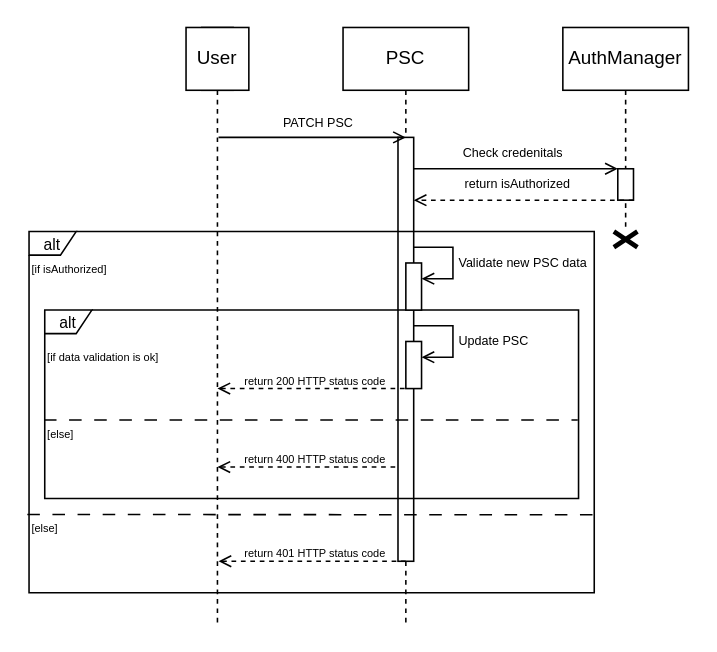
Above: sequence3.drawio in IsmailSalehCode/UML-course-work (draw.io), before the change. Source tidied: cells renumbered, new cells numbered last; positions are measured from the earlier drawing's top-left corner, leaving out a move shared by most shapes. Both pictures are drawn from the tidied source at 157%, with x=0, y=0 at pixel (27, 27).
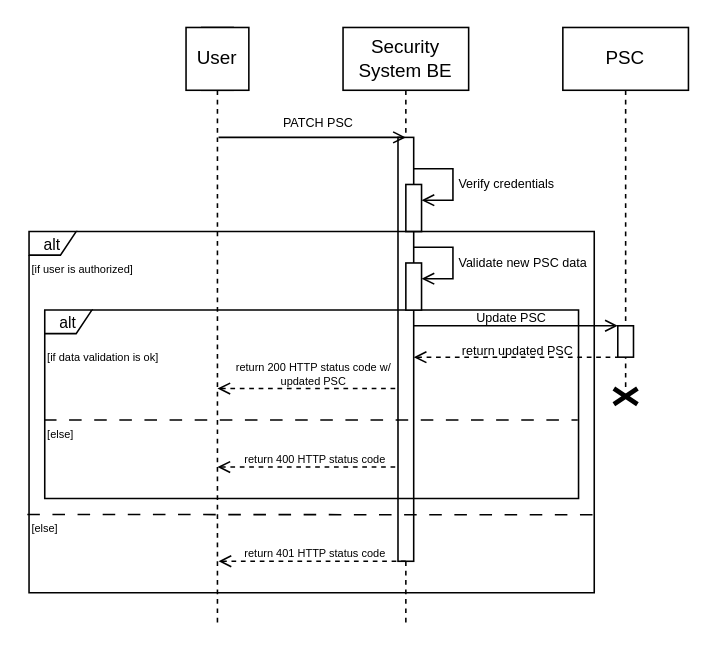
Above is the later version.

Unchanged cells that the change refers to:
```xml
<mxCell id="5" style="html=1;points=[[0,0,0,0,5],[0,1,0,0,-5],[1,0,0,0,5],[1,1,0,0,-5]];perimeter=orthogonalPerimeter;outlineConnect=0;targetShapes=umlLifeline;portConstraint=eastwest;newEdgeStyle={&quot;curved&quot;:0,&quot;rounded&quot;:0};fontSize=8;" parent="4" vertex="1">
  <mxGeometry x="35" y="70" width="10" height="270" as="geometry" />
</mxCell>
```

The edit, as a diff of the source:
```diff
@@
-    <mxCell id="4" value="PSC" style="shape=umlLifeline;perimeter=lifelinePerimeter;whiteSpace=wrap;html=1;newEdgeStyle={&quot;edgeStyle&quot;:&quot;elbowEdgeStyle&quot;,&quot;elbow&quot;:&quot;vertical&quot;,&quot;curved&quot;:0,&quot;rounded&quot;:0};" parent="1" vertex="1">
+    <mxCell id="4" value="Security System BE" style="shape=umlLifeline;perimeter=lifelinePerimeter;whiteSpace=wrap;html=1;newEdgeStyle={&quot;edgeStyle&quot;:&quot;elbowEdgeStyle&quot;,&quot;elbow&quot;:&quot;vertical&quot;,&quot;curved&quot;:0,&quot;rounded&quot;:0};" parent="1" vertex="1">
       <mxGeometry x="201" width="80" height="380" as="geometry" />
     </mxCell>
+    <mxCell id="28" value="Verify credentials" style="html=1;align=left;spacingLeft=2;endArrow=open;rounded=0;edgeStyle=orthogonalEdgeStyle;curved=0;rounded=0;fontSize=8;endFill=0;" parent="4" edge="1" source="5" target="27">
+      <mxGeometry x="0.08" relative="1" as="geometry">
+        <Array as="points">
+          <mxPoint x="70" y="90" />
+          <mxPoint x="70" y="110" />
+        </Array>
+      </mxGeometry>
+    </mxCell>
@@
+    <mxCell id="27" style="html=1;points=[[0,0,0,0,5],[0,1,0,0,-5],[1,0,0,0,5],[1,1,0,0,-5]];perimeter=orthogonalPerimeter;outlineConnect=0;targetShapes=umlLifeline;portConstraint=eastwest;newEdgeStyle={&quot;curved&quot;:0,&quot;rounded&quot;:0};fontSize=8;" parent="4" vertex="1">
+      <mxGeometry x="40" y="100" width="10" height="30" as="geometry" />
+    </mxCell>
@@
-    <mxCell id="11" value="&lt;font style=&quot;font-size: 7px;&quot;&gt;[if isAuthorized]&lt;/font&gt;" style="text;html=1;align=left;verticalAlign=middle;strokeColor=none;fillColor=none;fontSize=7;" parent="1" vertex="1">
-      <mxGeometry x="1" y="145" width="70" height="20" as="geometry" />
+    <mxCell id="11" value="&lt;font style=&quot;font-size: 7px;&quot;&gt;[if user is authorized]&lt;/font&gt;" style="text;html=1;align=left;verticalAlign=middle;strokeColor=none;fillColor=none;fontSize=7;" parent="1" vertex="1">
+      <mxGeometry x="1" y="145" width="90" height="20" as="geometry" />
     </mxCell>
@@
-    <mxCell id="22" value="Update PSC" style="html=1;align=left;spacingLeft=2;endArrow=open;rounded=0;edgeStyle=orthogonalEdgeStyle;curved=0;rounded=0;fontSize=8;endFill=0;" parent="1" edge="1" target="23">
-      <mxGeometry x="0.08" relative="1" as="geometry">
+    <mxCell id="22" value="Update PSC" style="html=1;align=center;spacingLeft=2;endArrow=open;rounded=0;rounded=0;fontSize=8;endFill=0;labelBackgroundColor=none;" parent="1" edge="1" target="32">
+      <mxGeometry x="-0.06" y="5" relative="1" as="geometry">
         <mxPoint x="246" y="190" as="sourcePoint" />
-        <Array as="points">
-          <mxPoint x="271" y="190" />
-          <mxPoint x="271" y="210" />
-        </Array>
       </mxGeometry>
     </mxCell>
-    <mxCell id="23" style="html=1;points=[[0,0,0,0,5],[0,1,0,0,-5],[1,0,0,0,5],[1,1,0,0,-5]];perimeter=orthogonalPerimeter;outlineConnect=0;targetShapes=umlLifeline;portConstraint=eastwest;newEdgeStyle={&quot;curved&quot;:0,&quot;rounded&quot;:0};fontSize=8;" parent="1" vertex="1">
-      <mxGeometry x="241" y="200" width="10" height="30" as="geometry" />
-    </mxCell>
     <mxCell id="24" style="edgeStyle=elbowEdgeStyle;rounded=0;orthogonalLoop=1;jettySize=auto;html=1;elbow=vertical;curved=0;endArrow=none;endFill=0;fontSize=8;startArrow=open;startFill=0;dashed=1;" parent="1" edge="1">
       <mxGeometry relative="1" as="geometry">
         <mxPoint x="121" y="230" as="sourcePoint" />
-        <mxPoint x="240.3" y="230" as="targetPoint" />
+        <mxPoint x="236" y="230" as="targetPoint" />
       </mxGeometry>
     </mxCell>
-    <mxCell id="25" value="return 200 HTTP status code" style="edgeLabel;html=1;align=center;verticalAlign=middle;fontSize=7;labelBackgroundColor=none;" parent="24" vertex="1">
+    <mxCell id="25" value="return 200 HTTP status code w/&lt;div&gt;updated PSC&lt;/div&gt;" style="edgeLabel;html=1;align=center;verticalAlign=middle;fontSize=7;labelBackgroundColor=none;" parent="24" vertex="1">
       <mxGeometry x="0.05" y="-2" relative="1" as="geometry">
-        <mxPoint x="-2" y="-7" as="offset" />
+        <mxPoint y="-12" as="offset" />
       </mxGeometry>
     </mxCell>
-    <mxCell id="26" value="AuthManager" style="shape=umlLifeline;perimeter=lifelinePerimeter;whiteSpace=wrap;html=1;newEdgeStyle={&quot;edgeStyle&quot;:&quot;elbowEdgeStyle&quot;,&quot;elbow&quot;:&quot;vertical&quot;,&quot;curved&quot;:0,&quot;rounded&quot;:0};" parent="1" vertex="1">
-      <mxGeometry x="341" width="80" height="130" as="geometry" />
-    </mxCell>
-    <mxCell id="27" style="html=1;points=[[0,0,0,0,5],[0,1,0,0,-5],[1,0,0,0,5],[1,1,0,0,-5]];perimeter=orthogonalPerimeter;outlineConnect=0;targetShapes=umlLifeline;portConstraint=eastwest;newEdgeStyle={&quot;curved&quot;:0,&quot;rounded&quot;:0};fontSize=8;" parent="26" vertex="1">
-      <mxGeometry x="35" y="90" width="10" height="20" as="geometry" />
-    </mxCell>
-    <mxCell id="28" value="Check credenitals" style="html=1;align=center;spacingLeft=2;endArrow=open;rounded=0;edgeStyle=orthogonalEdgeStyle;curved=0;rounded=0;fontSize=8;endFill=0;" parent="1" edge="1" source="5">
-      <mxGeometry x="-0.04" y="10" relative="1" as="geometry">
-        <mxPoint x="376" y="90" as="targetPoint" />
-        <Array as="points">
-          <mxPoint x="376" y="90" />
-        </Array>
-      </mxGeometry>
-    </mxCell>
-    <mxCell id="29" value="return isAuthorized" style="html=1;align=center;spacingLeft=2;endArrow=open;rounded=0;rounded=0;fontSize=8;endFill=0;dashed=1;" parent="1" edge="1">
-      <mxGeometry x="0.07" y="-10" relative="1" as="geometry">
-        <mxPoint x="386" y="110" as="sourcePoint" />
-        <mxPoint x="246" y="110" as="targetPoint" />
-      </mxGeometry>
-    </mxCell>
-    <mxCell id="30" style="shape=umlDestroy;whiteSpace=wrap;html=1;strokeWidth=3;targetShapes=umlLifeline;" parent="1" vertex="1">
-      <mxGeometry x="373.5" y="130" width="15" height="10" as="geometry" />
-    </mxCell>
+    <mxCell id="31" value="PSC" style="shape=umlLifeline;perimeter=lifelinePerimeter;whiteSpace=wrap;html=1;newEdgeStyle={&quot;edgeStyle&quot;:&quot;elbowEdgeStyle&quot;,&quot;elbow&quot;:&quot;vertical&quot;,&quot;curved&quot;:0,&quot;rounded&quot;:0};" parent="1" vertex="1">
+      <mxGeometry x="341" width="80" height="230" as="geometry" />
+    </mxCell>
+    <mxCell id="32" style="html=1;points=[[0,0,0,0,5],[0,1,0,0,-5],[1,0,0,0,5],[1,1,0,0,-5]];perimeter=orthogonalPerimeter;outlineConnect=0;targetShapes=umlLifeline;portConstraint=eastwest;newEdgeStyle={&quot;curved&quot;:0,&quot;rounded&quot;:0};fontSize=8;" parent="31" vertex="1">
+      <mxGeometry x="35" y="190" width="10" height="20" as="geometry" />
+    </mxCell>
+    <mxCell id="33" style="edgeStyle=elbowEdgeStyle;rounded=0;jettySize=auto;html=1;elbow=vertical;curved=0;endArrow=none;endFill=0;fontSize=8;startArrow=open;startFill=0;dashed=1;" parent="1" edge="1" source="5">
+      <mxGeometry relative="1" as="geometry">
+        <mxPoint x="376" y="209.7" as="targetPoint" />
+      </mxGeometry>
+    </mxCell>
+    <mxCell id="34" value="return updated PSC" style="edgeLabel;html=1;align=center;verticalAlign=middle;fontSize=8;labelBackgroundColor=none;" parent="33" vertex="1">
+      <mxGeometry x="0.05" y="-2" relative="1" as="geometry">
+        <mxPoint x="-3" y="-7" as="offset" />
+      </mxGeometry>
+    </mxCell>
+    <mxCell id="35" style="shape=umlDestroy;whiteSpace=wrap;html=1;strokeWidth=3;targetShapes=umlLifeline;" parent="1" vertex="1">
+      <mxGeometry x="373.5" y="230" width="15" height="10" as="geometry" />
+    </mxCell>
```
